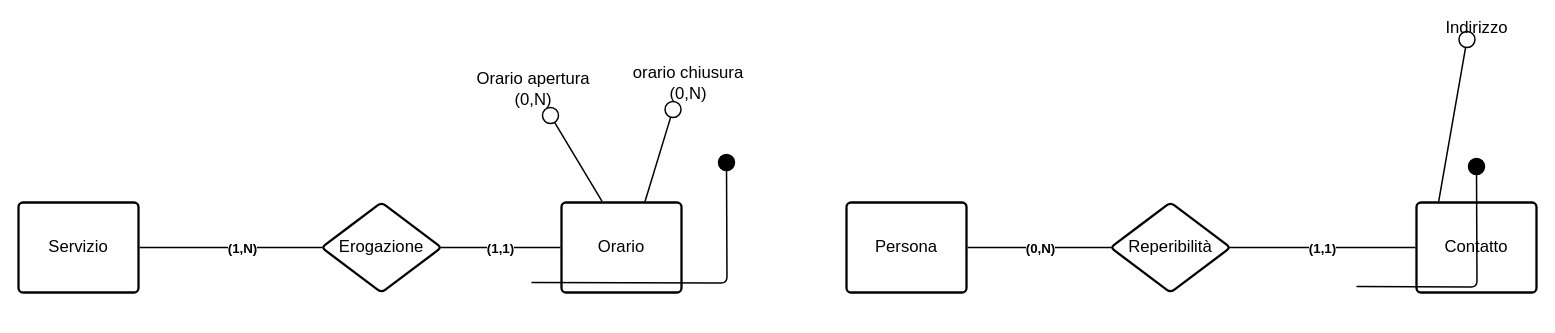
alessandro-massarenti/Progetto-basi-di-dati-2022 keeps this draw.io diagram as page "Attributi-multivalore" (3 of 4) of src_relazione_tex/Er.drawio. Above is the earlier version. Source tidied: cells renumbered, new cells numbered last; positions are measured from the earlier drawing's top-left corner, leaving out a move shared by most shapes. Both pictures are drawn from the tidied source at 100%, with x=0, y=0 at pixel (18, 17).
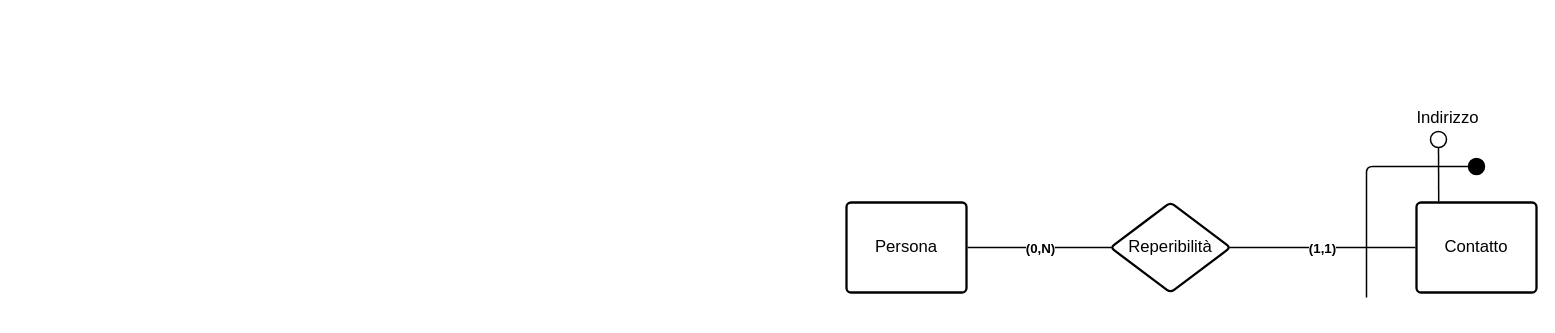
The same page after the edit.

Commit message:
sistemato attribut multivalore contatto

What changed in the source:
```diff
@@
-    <mxCell id="2" value="Indirizzo" style="html=1;overflow=block;blockSpacing=1;whiteSpace=wrap;fontSize=16.7;fontColor=#000000;spacing=0;fillColor=#ffffff;strokeWidth=1.5;strokeColor=none;" parent="1" vertex="1">
-      <mxGeometry x="1426.5" width="63" height="22" as="geometry" />
+    <mxCell id="2" value="Indirizzo" style="html=1;overflow=block;blockSpacing=1;whiteSpace=wrap;fontSize=16.7;fontColor=#000000;spacing=0;fillColor=none;strokeWidth=1.5;strokeColor=none;" parent="1" vertex="1">
+      <mxGeometry x="1398" y="80" width="63" height="42" as="geometry" />
     </mxCell>
-    <mxCell id="3" value="Orario apertura&#10;(0,N)" style="html=1;overflow=block;blockSpacing=1;whiteSpace=wrap;fontSize=16.7;fontColor=#000000;spacing=0;fillColor=#ffffff;strokeWidth=1.5;strokeColor=none;" parent="1" vertex="1">
-      <mxGeometry x="453" y="46" width="124" height="52" as="geometry" />
-    </mxCell>
-    <mxCell id="4" value="orario chiusura&#10;(0,N)" style="html=1;overflow=block;blockSpacing=1;whiteSpace=wrap;fontSize=16.7;fontColor=#000000;spacing=0;fillColor=#ffffff;strokeWidth=1.5;strokeColor=none;" parent="1" vertex="1">
-      <mxGeometry x="605" y="40" width="130" height="52" as="geometry" />
-    </mxCell>
-    <mxCell id="5" value="Servizio" style="html=1;overflow=block;blockSpacing=1;whiteSpace=wrap;fontSize=16.7;fontColor=#000000;spacing=9;strokeColor=#000000;strokeOpacity=100;rounded=1;absoluteArcSize=1;arcSize=9;strokeWidth=2.3;" parent="1" vertex="1">
-      <mxGeometry y="185" width="120" height="90" as="geometry" />
-    </mxCell>
-    <mxCell id="6" style="html=1;jettySize=18;whiteSpace=wrap;fontSize=13;strokeColor=#000000;strokeWidth=1.5;rounded=1;arcSize=12;curved=1;startArrow=none;endArrow=oval;endFill=0;endSize=16;exitX=0.696;exitY=-0.012;exitPerimeter=0;entryX=0.381;entryY=1;entryPerimeter=0;" parent="1" edge="1" source="8" target="4">
-      <mxGeometry relative="1" as="geometry" />
-    </mxCell>
-    <mxCell id="7" style="html=1;jettySize=18;whiteSpace=wrap;fontSize=13;strokeColor=#000000;strokeWidth=1.5;rounded=1;arcSize=12;curved=1;startArrow=none;endArrow=oval;endFill=0;endSize=16;exitX=0.338;exitY=-0.012;exitPerimeter=0;entryX=0.637;entryY=1;entryPerimeter=0;" parent="1" edge="1" source="8" target="3">
-      <mxGeometry relative="1" as="geometry" />
-    </mxCell>
-    <mxCell id="8" value="Orario" style="html=1;overflow=block;blockSpacing=1;whiteSpace=wrap;fontSize=16.7;fontColor=#000000;spacing=9;strokeColor=#000000;strokeOpacity=100;rounded=1;absoluteArcSize=1;arcSize=9;strokeWidth=2.3;" parent="1" vertex="1">
-      <mxGeometry x="543" y="185" width="120" height="90" as="geometry" />
-    </mxCell>
-    <mxCell id="9" value="Erogazione" style="html=1;overflow=block;blockSpacing=1;whiteSpace=wrap;rhombus;fontSize=16.7;fontColor=#000000;spacing=3.8;strokeColor=#000000;strokeOpacity=100;rounded=1;absoluteArcSize=1;arcSize=9;strokeWidth=2.3;" parent="1" vertex="1">
-      <mxGeometry x="303" y="185" width="120" height="90" as="geometry" />
-    </mxCell>
-    <mxCell id="10" style="html=1;jettySize=18;whiteSpace=wrap;fontSize=13;strokeColor=#000000;strokeWidth=1.5;rounded=0;startArrow=none;endArrow=none;exitX=1.009;exitY=0.5;exitPerimeter=0;entryX=0.009;entryY=0.5;entryPerimeter=0;" parent="1" edge="1" source="5" target="9">
-      <mxGeometry relative="1" as="geometry" />
-    </mxCell>
-    <mxCell id="11" value="(1,N)" style="text;html=1;labelBackgroundColor=default;align=center;verticalAlign=middle;fontStyle=1;fontColor=#000000;fontSize=13.3;" parent="10" vertex="1">
-      <mxGeometry x="0.12" relative="1" as="geometry" />
-    </mxCell>
-    <mxCell id="12" style="html=1;jettySize=18;whiteSpace=wrap;fontSize=13.3;fontColor=#000000;fontStyle=1;strokeColor=#000000;strokeWidth=1.5;rounded=0;startArrow=none;endArrow=none;exitX=0.991;exitY=0.5;exitPerimeter=0;entryX=-0.009;entryY=0.5;entryPerimeter=0;" parent="1" edge="1" source="9" target="8">
-      <mxGeometry relative="1" as="geometry" />
-    </mxCell>
-    <mxCell id="13" value="(1,1)" style="text;html=1;labelBackgroundColor=default;align=center;verticalAlign=middle;fontStyle=1;fontColor=#000000;fontSize=13.3;" parent="12" vertex="1">
-      <mxGeometry relative="1" as="geometry" />
-    </mxCell>
-    <mxCell id="14" style="html=1;jettySize=18;whiteSpace=wrap;fontSize=13;strokeColor=#000000;strokeWidth=1.5;rounded=1;arcSize=12;edgeStyle=orthogonalEdgeStyle;startArrow=none;endArrow=oval;endFill=1;endSize=16;" parent="1" edge="1">
-      <mxGeometry relative="1" as="geometry">
-        <mxPoint x="513" y="265" as="sourcePoint" />
-        <mxPoint x="708" y="145" as="targetPoint" />
-      </mxGeometry>
-    </mxCell>
@@
     <mxCell id="23" style="html=1;jettySize=18;whiteSpace=wrap;fontSize=13;strokeColor=#000000;strokeWidth=1.5;rounded=1;arcSize=12;edgeStyle=orthogonalEdgeStyle;startArrow=none;endArrow=oval;endFill=1;endSize=16;" parent="1" edge="1">
       <mxGeometry relative="1" as="geometry">
-        <mxPoint x="1338" y="269" as="sourcePoint" />
+        <mxPoint x="1348" y="280" as="sourcePoint" />
         <mxPoint x="1458" y="149" as="targetPoint" />
+        <Array as="points">
+          <mxPoint x="1348" y="269" />
+          <mxPoint x="1348" y="149" />
+        </Array>
       </mxGeometry>
     </mxCell>
```
